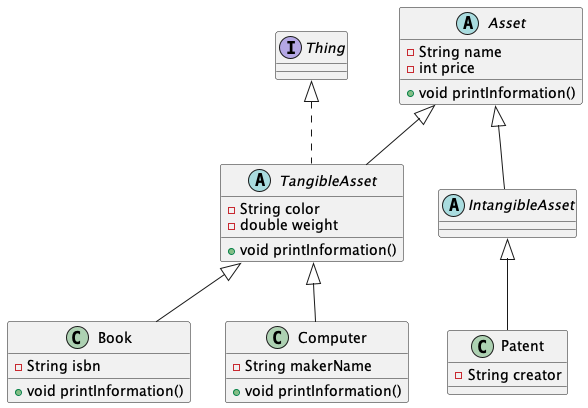
Above: lib/240313/asset_and_thing_class_diagram.png in orm-camp-flutter-2ki/learn_dart_together (PlantUML), before the change.
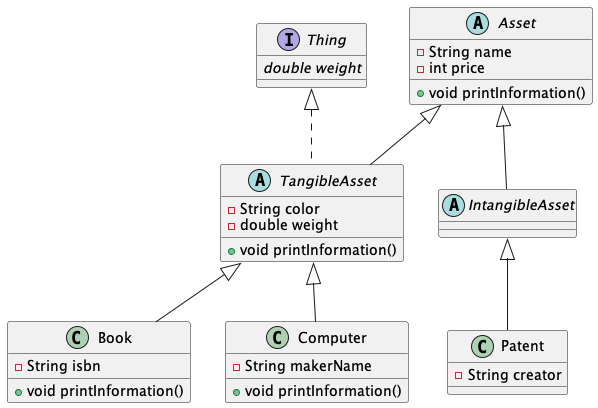
The same diagram one commit later.

Commit message:
feat: UML 클래스 다이어그램 수정

- Thing 인터페이스에 weight 추가

Diff of the diagram source:
```diff
@@ -1,6 +1,7 @@
 @startuml
 
 interface Thing {
+{abstract}double weight
 }
 
 abstract class Asset {
```
